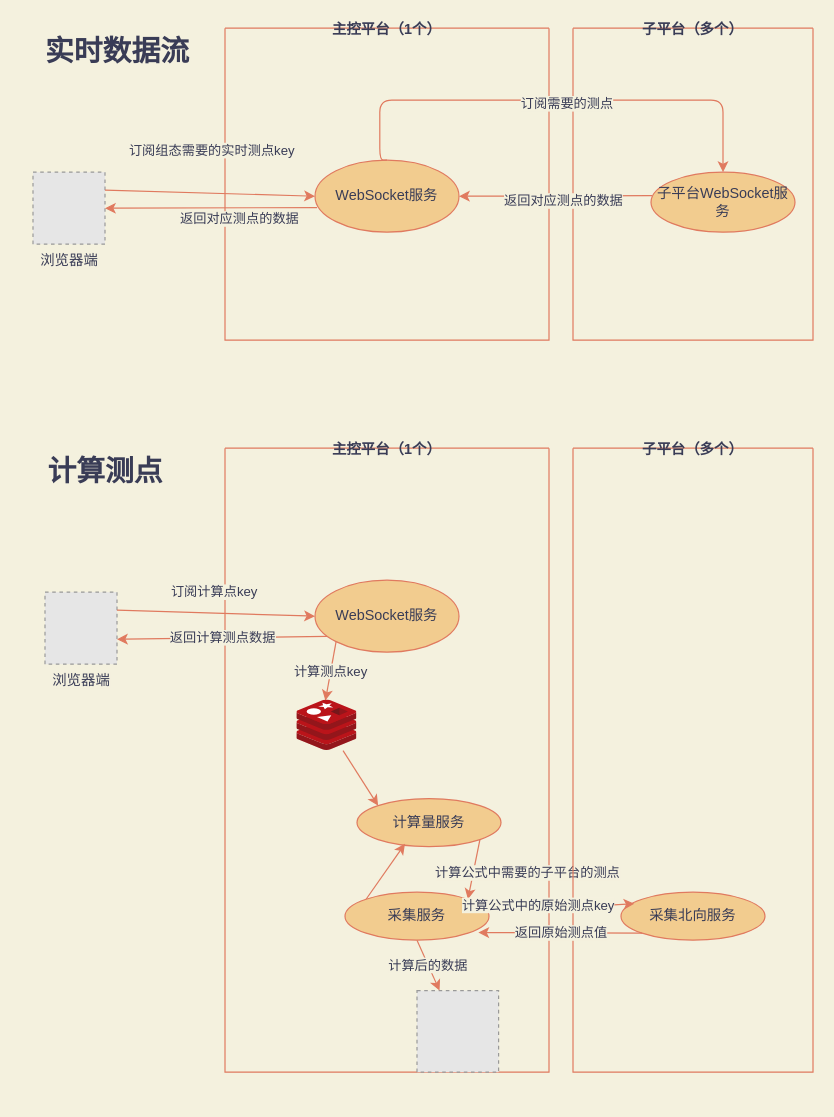
Before: page "实时数据" (3 of 3) of test.drawio in Jarris3154/drawios, a draw.io diagram. Source tidied: cells renumbered, new cells numbered last; positions are measured from the earlier drawing's top-left corner, leaving out a move shared by most shapes. Both pictures are drawn from the tidied source at 120%, with x=0, y=0 at pixel (20, 28). Pictures stored in the file or linked from it are replaced by grey dashed boxes.
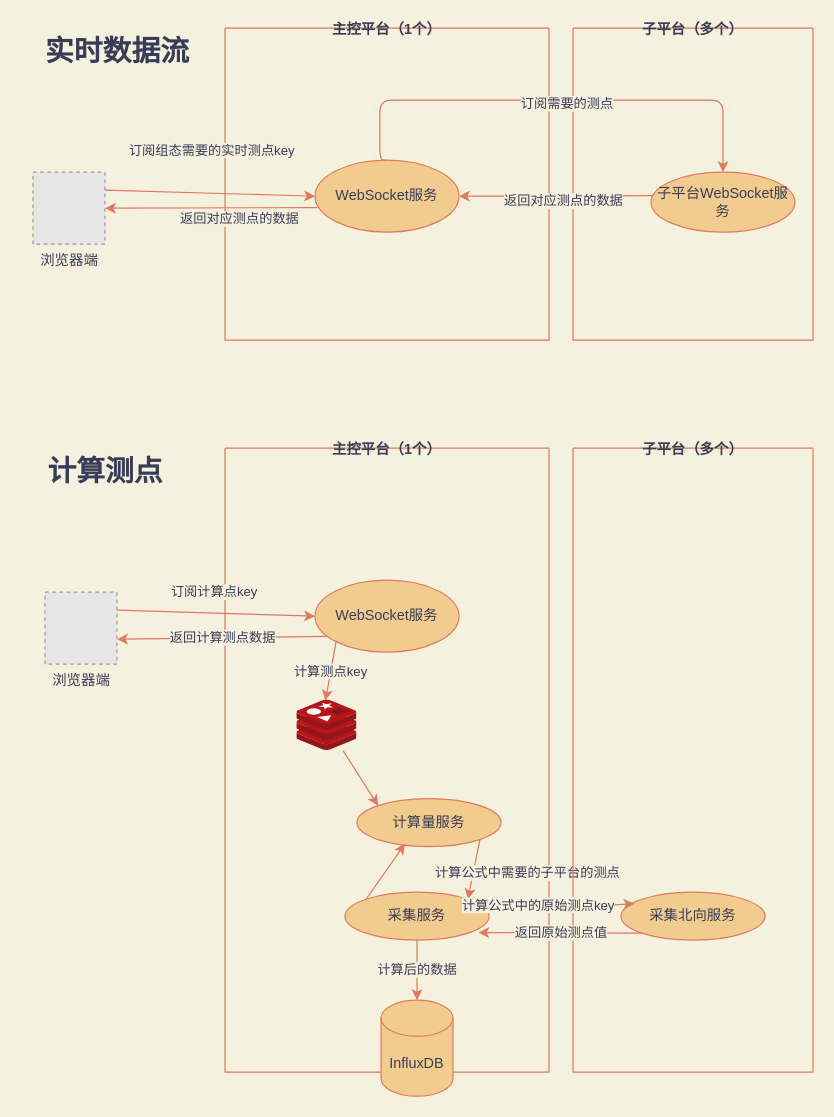
The same page after the edit.

The change refers to these unchanged cells:
```xml
<mxCell id="17" value="主控平台（1个）" style="swimlane;startSize=0;fillColor=#F2CC8F;strokeColor=#E07A5F;fontColor=#393C56;" parent="1" vertex="1">
  <mxGeometry x="170" y="350" width="270" height="520" as="geometry" />
</mxCell>
<mxCell id="23" value="采集服务" style="ellipse;whiteSpace=wrap;html=1;fillColor=#F2CC8F;strokeColor=#E07A5F;fontColor=#393C56;" parent="17" vertex="1">
  <mxGeometry x="100" y="370" width="120" height="40" as="geometry" />
</mxCell>
```

Diff of the diagram source:
```diff
@@
-    <mxCell id="18" style="fillColor=#E6E6E6;strokeColor=#999999;dashed=1;html=1;verticalAlign=top;verticalLabelPosition=bottom;fontColor=#393C56;labelBackgroundColor=#F4F1DE;" parent="17" vertex="1">
-      <mxGeometry x="160" y="452" width="68" height="68" as="geometry" />
-    </mxCell>
@@
-    <mxCell id="21" value="计算后的数据" style="jettySize=auto;html=1;exitX=0.5;exitY=1;exitDx=0;exitDy=0;strokeColor=#E07A5F;fontColor=#393C56;labelBackgroundColor=#F4F1DE;" parent="17" edge="1" source="23" target="18">
-      <mxGeometry relative="1" as="geometry" />
-    </mxCell>
@@
+    <mxCell id="37" value="InfluxDB" style="shape=cylinder3;whiteSpace=wrap;html=1;boundedLbl=1;backgroundOutline=1;size=15;fillColor=#F2CC8F;strokeColor=#E07A5F;fontColor=#393C56;" parent="1" vertex="1">
+      <mxGeometry x="300" y="810" width="60" height="80" as="geometry" />
+    </mxCell>
+    <mxCell id="21" value="计算后的数据" style="jettySize=auto;html=1;exitX=0.5;exitY=1;exitDx=0;exitDy=0;strokeColor=#E07A5F;fontColor=#393C56;labelBackgroundColor=#F4F1DE;entryX=0.5;entryY=0;entryDx=0;entryDy=0;entryPerimeter=0;" parent="1" edge="1" source="23" target="37">
+      <mxGeometry relative="1" as="geometry" />
+    </mxCell>
```
